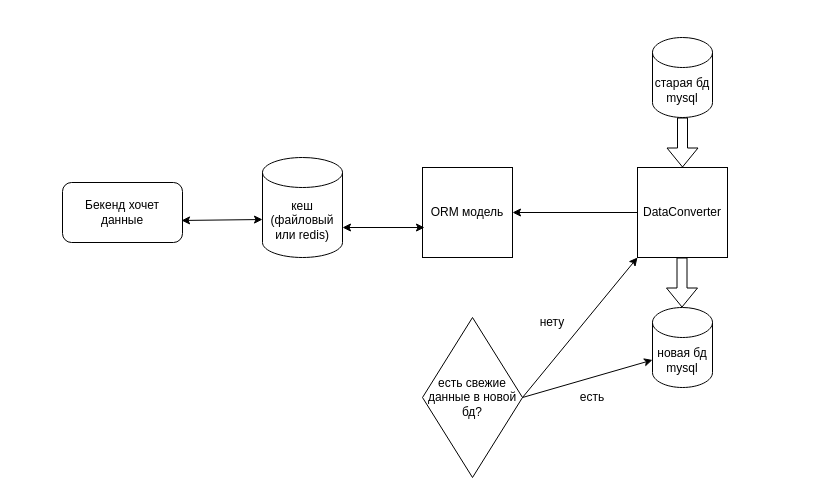
Before: arch_main.drawio in YaroslavLyubskiy/drawio, a draw.io diagram. Source tidied: cells renumbered, new cells numbered last; positions are measured from the earlier drawing's top-left corner, leaving out a move shared by most shapes. Both pictures are drawn from the tidied source at 100%, with x=0, y=0 at pixel (62, 37).
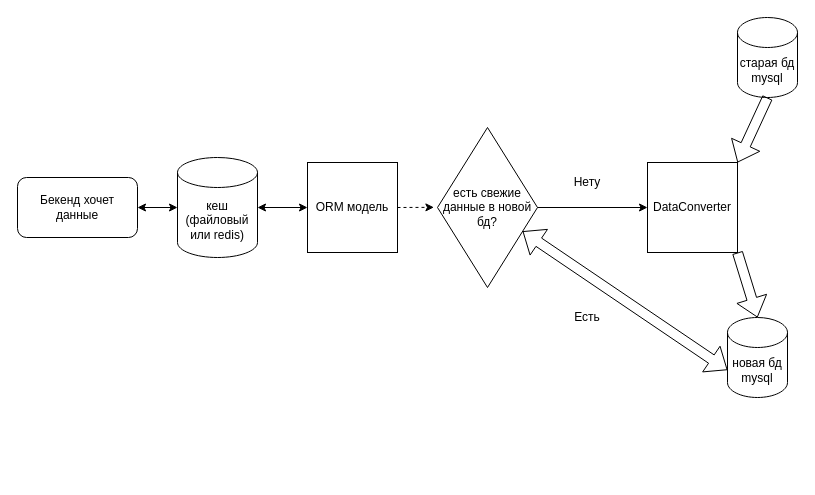
The same diagram, later.

What changed in the source:
```diff
@@
 <mxGraphModel>
   <root>
     <mxCell id="0" />
     <mxCell id="1" parent="0" />
     <mxCell id="2" value="старая бд mysql" style="shape=cylinder3;whiteSpace=wrap;html=1;boundedLbl=1;backgroundOutline=1;size=15;" parent="1" vertex="1">
-      <mxGeometry x="590" width="60" height="80" as="geometry" />
+      <mxGeometry x="675" y="-20" width="60" height="80" as="geometry" />
     </mxCell>
     <mxCell id="3" value="новая бд mysql" style="shape=cylinder3;whiteSpace=wrap;html=1;boundedLbl=1;backgroundOutline=1;size=15;" parent="1" vertex="1">
-      <mxGeometry x="590" y="270" width="60" height="80" as="geometry" />
+      <mxGeometry x="665" y="280" width="60" height="80" as="geometry" />
     </mxCell>
     <mxCell id="4" value="DataConverter" style="whiteSpace=wrap;html=1;" parent="1" vertex="1">
-      <mxGeometry x="575" y="130" width="90" height="90" as="geometry" />
+      <mxGeometry x="585" y="125" width="90" height="90" as="geometry" />
     </mxCell>
     <mxCell id="5" value="ORM модель" style="whiteSpace=wrap;html=1;" parent="1" vertex="1">
-      <mxGeometry x="360" y="130" width="90" height="90" as="geometry" />
+      <mxGeometry x="245" y="125" width="90" height="90" as="geometry" />
     </mxCell>
     <mxCell id="6" value="Бекенд хочет данные" style="rounded=1;whiteSpace=wrap;html=1;" parent="1" vertex="1">
-      <mxGeometry y="145" width="120" height="60" as="geometry" />
+      <mxGeometry x="-45" y="140" width="120" height="60" as="geometry" />
     </mxCell>
     <mxCell id="7" value="кеш (файловый или redis)" style="shape=cylinder3;whiteSpace=wrap;html=1;boundedLbl=1;backgroundOutline=1;size=15;" parent="1" vertex="1">
-      <mxGeometry x="200" y="120" width="80" height="100" as="geometry" />
+      <mxGeometry x="115" y="120" width="80" height="100" as="geometry" />
     </mxCell>
-    <mxCell id="8" style="endArrow=classic;startArrow=classic;html=1;rounded=0;exitX=0.992;exitY=0.633;exitDx=0;exitDy=0;exitPerimeter=0;entryX=0;entryY=0.62;entryDx=0;entryDy=0;entryPerimeter=0;" parent="1" edge="1" source="6" target="7">
+    <mxCell id="8" style="endArrow=classic;startArrow=classic;html=1;rounded=0;exitX=1;exitY=0.5;exitDx=0;exitDy=0;entryX=0;entryY=0.5;entryDx=0;entryDy=0;entryPerimeter=0;" parent="1" edge="1" source="6" target="7">
       <mxGeometry relative="1" as="geometry" />
     </mxCell>
-    <mxCell id="9" style="endArrow=classic;startArrow=classic;html=1;rounded=0;exitX=1;exitY=0.7;exitDx=0;exitDy=0;exitPerimeter=0;entryX=0.022;entryY=0.667;entryDx=0;entryDy=0;entryPerimeter=0;" parent="1" edge="1" source="7" target="5">
+    <mxCell id="9" style="endArrow=classic;startArrow=classic;html=1;rounded=0;exitX=1;exitY=0.5;exitDx=0;exitDy=0;exitPerimeter=0;entryX=0;entryY=0.5;entryDx=0;entryDy=0;" parent="1" edge="1" source="7" target="5">
       <mxGeometry relative="1" as="geometry" />
     </mxCell>
     <mxCell id="10" value="есть свежие данные в новой бд?" style="rhombus;whiteSpace=wrap;html=1;" parent="1" vertex="1">
-      <mxGeometry x="360" y="280" width="100" height="160" as="geometry" />
+      <mxGeometry x="375" y="90" width="100" height="160" as="geometry" />
     </mxCell>
-    <mxCell id="11" style="endArrow=classic;html=1;rounded=0;entryX=0;entryY=0;entryDx=0;entryDy=52.5;entryPerimeter=0;exitX=1;exitY=0.5;exitDx=0;exitDy=0;" parent="1" edge="1" source="10" target="3">
-      <mxGeometry relative="1" as="geometry" />
-    </mxCell>
-    <mxCell id="12" value="есть" style="text;html=1;align=center;verticalAlign=middle;whiteSpace=wrap;rounded=0;" parent="1" vertex="1">
-      <mxGeometry x="500" y="345" width="60" height="30" as="geometry" />
-    </mxCell>
-    <mxCell id="13" style="endArrow=classic;html=1;rounded=0;entryX=0;entryY=1;entryDx=0;entryDy=0;" parent="1" edge="1" target="4">
-      <mxGeometry relative="1" as="geometry">
-        <mxPoint x="460" y="360" as="sourcePoint" />
-      </mxGeometry>
-    </mxCell>
-    <mxCell id="14" value="нету" style="text;html=1;align=center;verticalAlign=middle;whiteSpace=wrap;rounded=0;" parent="1" vertex="1">
-      <mxGeometry x="460" y="270" width="60" height="30" as="geometry" />
-    </mxCell>
-    <mxCell id="15" style="endArrow=classic;html=1;rounded=0;exitX=0;exitY=0.5;exitDx=0;exitDy=0;entryX=1;entryY=0.5;entryDx=0;entryDy=0;" parent="1" edge="1" source="4" target="5">
-      <mxGeometry relative="1" as="geometry" />
-    </mxCell>
-    <mxCell id="16" style="shape=flexArrow;endArrow=classic;html=1;rounded=0;exitX=0.5;exitY=1;exitDx=0;exitDy=0;exitPerimeter=0;entryX=0.5;entryY=0;entryDx=0;entryDy=0;" parent="1" edge="1" source="2" target="4">
+    <mxCell id="16" style="shape=flexArrow;endArrow=classic;html=1;rounded=0;exitX=0.5;exitY=1;exitDx=0;exitDy=0;exitPerimeter=0;entryX=1;entryY=0;entryDx=0;entryDy=0;" parent="1" edge="1" source="2" target="4">
       <mxGeometry relative="1" as="geometry" />
     </mxCell>
-    <mxCell id="17" style="shape=flexArrow;endArrow=classic;html=1;rounded=0;exitX=0.5;exitY=1;exitDx=0;exitDy=0;exitPerimeter=0;entryX=0.5;entryY=0;entryDx=0;entryDy=0;" parent="1" edge="1">
-      <mxGeometry relative="1" as="geometry">
-        <mxPoint x="619.5" y="220" as="sourcePoint" />
-        <mxPoint x="619.5" y="270" as="targetPoint" />
-      </mxGeometry>
+    <mxCell id="17" style="shape=flexArrow;endArrow=classic;html=1;rounded=0;exitX=1;exitY=1;exitDx=0;exitDy=0;entryX=0.5;entryY=0;entryDx=0;entryDy=0;entryPerimeter=0;" parent="1" edge="1" source="4" target="3">
+      <mxGeometry relative="1" as="geometry" />
     </mxCell>
+    <mxCell id="18" style="endArrow=classic;html=1;rounded=0;entryX=-0.036;entryY=0.499;entryDx=0;entryDy=0;dashed=1;entryPerimeter=0;exitX=1;exitY=0.5;exitDx=0;exitDy=0;" parent="1" edge="1" source="5" target="10">
+      <mxGeometry relative="1" as="geometry" />
+    </mxCell>
+    <mxCell id="11" style="shape=flexArrow;endArrow=classic;startArrow=classic;html=1;rounded=0;entryX=0;entryY=0;entryDx=0;entryDy=52.5;entryPerimeter=0;" parent="1" edge="1" source="10" target="3">
+      <mxGeometry relative="1" as="geometry" />
+    </mxCell>
+    <mxCell id="19" value="Есть" style="text;html=1;align=center;verticalAlign=middle;whiteSpace=wrap;rounded=0;" parent="1" vertex="1">
+      <mxGeometry x="495" y="265" width="60" height="30" as="geometry" />
+    </mxCell>
+    <mxCell id="20" style="endArrow=classic;html=1;rounded=0;exitX=1;exitY=0.5;exitDx=0;exitDy=0;entryX=0;entryY=0.5;entryDx=0;entryDy=0;" parent="1" edge="1" source="10" target="4">
+      <mxGeometry relative="1" as="geometry" />
+    </mxCell>
+    <mxCell id="21" value="Нету" style="text;html=1;align=center;verticalAlign=middle;whiteSpace=wrap;rounded=0;" parent="1" vertex="1">
+      <mxGeometry x="495" y="130" width="60" height="30" as="geometry" />
+    </mxCell>
   </root>
 </mxGraphModel>
```
